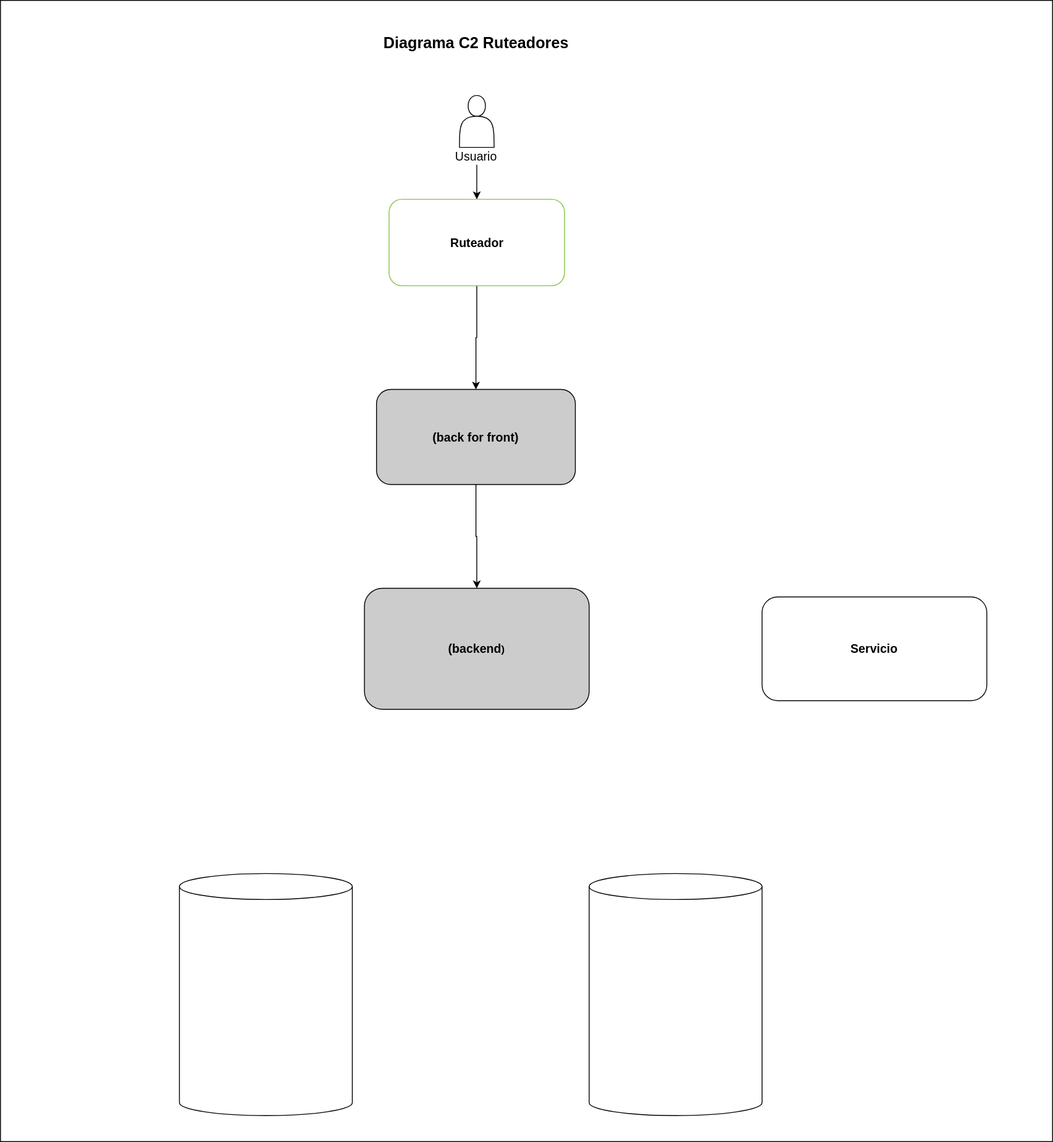
Before: Diagrama C2 Ruteador.svg, a diagram exported from draw.io (dani99m/Diagramas). Source tidied: cells renumbered, new cells last; positions are measured from the earlier drawing's top-left corner, leaving out a move shared by most shapes.
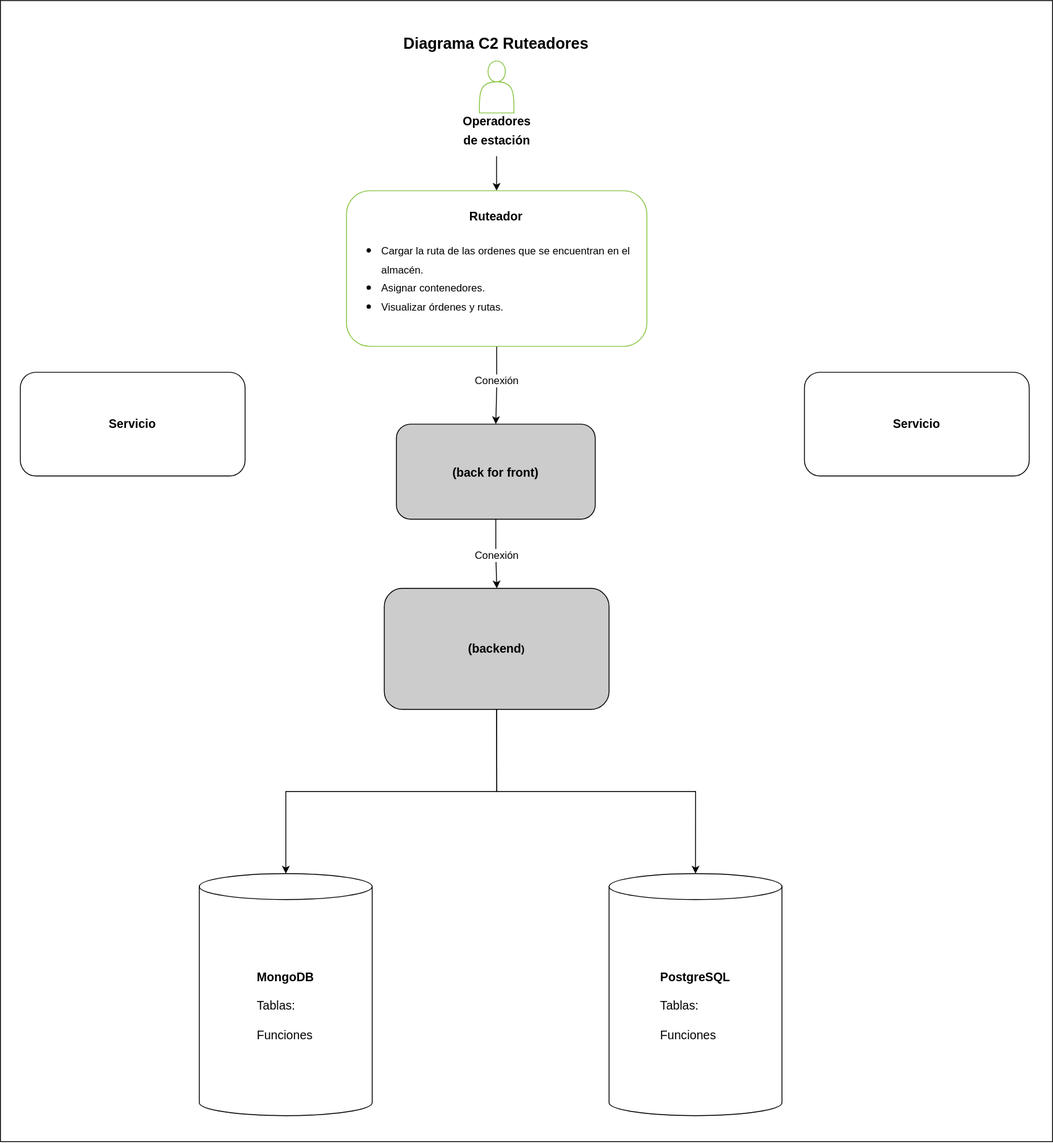
After the commit.

Diff of the diagram source:
```diff
@@ -3,46 +3,65 @@
     <mxCell id="0" />
     <mxCell id="1" parent="0" />
     <mxCell id="2" style="rounded=0;whiteSpace=wrap;html=1;fontSize=18;" parent="1" vertex="1">
-      <mxGeometry width="1217" height="1320" as="geometry" />
+      <mxGeometry x="-23" width="1217" height="1320" as="geometry" />
     </mxCell>
-    <mxCell id="3" style="shape=actor;whiteSpace=wrap;html=1;" parent="1" vertex="1">
-      <mxGeometry x="531" y="110" width="40" height="60" as="geometry" />
-    </mxCell>
-    <mxCell id="4" style="endArrow=classic;html=1;rounded=0;" parent="1" edge="1">
-      <mxGeometry relative="1" as="geometry">
-        <mxPoint x="551" y="190" as="sourcePoint" />
-        <mxPoint x="551" y="230" as="targetPoint" />
-      </mxGeometry>
-    </mxCell>
     <mxCell id="5" value="&lt;b&gt;&lt;font style=&quot;font-size: 18px;&quot;&gt;Diagrama C2 Ruteadores&lt;/font&gt;&lt;/b&gt;" style="text;html=1;align=center;verticalAlign=middle;strokeColor=none;fillColor=none;" parent="1" vertex="1">
       <mxGeometry x="430" y="30" width="240" height="40" as="geometry" />
     </mxCell>
-    <mxCell id="6" style="edgeStyle=orthogonalEdgeStyle;rounded=0;jettySize=auto;html=1;entryX=0.5;entryY=0;entryDx=0;entryDy=0;" parent="1" edge="1" source="7" target="11">
+    <mxCell id="6" style="edgeStyle=orthogonalEdgeStyle;rounded=0;jettySize=auto;html=1;fontSize=14;" parent="1" edge="1" source="7" target="11">
       <mxGeometry relative="1" as="geometry" />
     </mxCell>
+    <mxCell id="15" value="Conexión" style="edgeLabel;html=1;align=center;verticalAlign=middle;fontSize=12;" parent="6" vertex="1">
+      <mxGeometry x="-0.31" relative="1" as="geometry">
+        <mxPoint y="12" as="offset" />
+      </mxGeometry>
+    </mxCell>
     <mxCell id="7" value="&lt;font style=&quot;font-size: 14px;&quot;&gt;&lt;b&gt;(back for front)&lt;br&gt;&lt;/b&gt;&lt;/font&gt;" style="rounded=1;whiteSpace=wrap;html=1;fontSize=18;fillColor=#CCCCCC;" parent="1" vertex="1">
-      <mxGeometry x="435" y="450" width="230" height="110" as="geometry" />
+      <mxGeometry x="435" y="490" width="230" height="110" as="geometry" />
     </mxCell>
-    <mxCell id="8" style="edgeStyle=orthogonalEdgeStyle;rounded=0;jettySize=auto;html=1;fontSize=18;" parent="1" edge="1" source="9" target="7">
-      <mxGeometry relative="1" as="geometry" />
-    </mxCell>
-    <mxCell id="9" value="&lt;font style=&quot;&quot;&gt;&lt;span style=&quot;font-size: 14px;&quot;&gt;&lt;b&gt;Ruteador&lt;br&gt;&lt;/b&gt;&lt;/span&gt;&lt;/font&gt;" style="rounded=1;whiteSpace=wrap;html=1;fontSize=18;strokeColor=#85C440;" parent="1" vertex="1">
-      <mxGeometry x="449.5" y="230" width="203" height="100" as="geometry" />
-    </mxCell>
-    <mxCell id="10" value="&lt;font style=&quot;font-size: 14px;&quot;&gt;Usuario&lt;/font&gt;" style="text;html=1;align=center;verticalAlign=middle;strokeColor=none;fillColor=none;fontSize=18;" parent="1" vertex="1">
-      <mxGeometry x="515" y="160" width="70" height="40" as="geometry" />
-    </mxCell>
+    <mxCell id="16" style="edgeStyle=orthogonalEdgeStyle;rounded=0;jettySize=auto;html=1;fontSize=12;exitX=0.5;exitY=1;exitDx=0;exitDy=0;" parent="1" edge="1" source="11" target="13">
+      <mxGeometry relative="1" as="geometry" />
+    </mxCell>
+    <mxCell id="17" style="edgeStyle=orthogonalEdgeStyle;rounded=0;jettySize=auto;html=1;exitX=0.5;exitY=1;exitDx=0;exitDy=0;entryX=0.5;entryY=0;entryDx=0;entryDy=0;entryPerimeter=0;fontSize=12;" parent="1" edge="1" source="11" target="12">
+      <mxGeometry relative="1" as="geometry" />
+    </mxCell>
     <mxCell id="11" value="&lt;b&gt;&lt;font style=&quot;font-size: 14px;&quot;&gt;(backend&lt;/font&gt;)&lt;/b&gt;" style="rounded=1;whiteSpace=wrap;html=1;fillColor=#CCCCCC;" parent="1" vertex="1">
       <mxGeometry x="421" y="680" width="260" height="140" as="geometry" />
     </mxCell>
-    <mxCell id="12" style="shape=cylinder3;whiteSpace=wrap;html=1;boundedLbl=1;backgroundOutline=1;size=15;fontSize=14;fillColor=#FFFFFF;" parent="1" vertex="1">
+    <mxCell id="12" value="&lt;b&gt;PostgreSQL&lt;/b&gt;&lt;br&gt;&lt;br&gt;&lt;div style=&quot;text-align: left;&quot;&gt;&lt;span style=&quot;background-color: initial;&quot;&gt;Tablas:&lt;/span&gt;&lt;/div&gt;&lt;div style=&quot;text-align: left;&quot;&gt;&lt;br&gt;&lt;/div&gt;&lt;div style=&quot;text-align: left;&quot;&gt;&lt;span style=&quot;background-color: initial;&quot;&gt;Funciones&lt;/span&gt;&lt;/div&gt;" style="shape=cylinder3;whiteSpace=wrap;html=1;boundedLbl=1;backgroundOutline=1;size=15;fontSize=14;fillColor=#FFFFFF;" parent="1" vertex="1">
       <mxGeometry x="681" y="1010" width="200" height="280" as="geometry" />
     </mxCell>
-    <mxCell id="13" style="shape=cylinder3;whiteSpace=wrap;html=1;boundedLbl=1;backgroundOutline=1;size=15;fontSize=14;fillColor=#FFFFFF;" parent="1" vertex="1">
+    <mxCell id="13" value="&lt;b&gt;MongoDB&lt;/b&gt;&lt;br&gt;&lt;br&gt;&lt;div style=&quot;text-align: left;&quot;&gt;&lt;span style=&quot;background-color: initial;&quot;&gt;Tablas:&lt;/span&gt;&lt;/div&gt;&lt;div style=&quot;text-align: left;&quot;&gt;&lt;br&gt;&lt;/div&gt;&lt;div style=&quot;text-align: left;&quot;&gt;&lt;span style=&quot;background-color: initial;&quot;&gt;Funciones&lt;/span&gt;&lt;/div&gt;" style="shape=cylinder3;whiteSpace=wrap;html=1;boundedLbl=1;backgroundOutline=1;size=15;fontSize=14;fillColor=#FFFFFF;" parent="1" vertex="1">
       <mxGeometry x="207" y="1010" width="200" height="280" as="geometry" />
     </mxCell>
     <mxCell id="14" value="&lt;b&gt;Servicio&lt;/b&gt;" style="rounded=1;whiteSpace=wrap;html=1;fontSize=14;fillColor=#FFFFFF;" parent="1" vertex="1">
-      <mxGeometry x="881" y="690" width="260" height="120" as="geometry" />
+      <mxGeometry x="907" y="430" width="260" height="120" as="geometry" />
     </mxCell>
+    <mxCell id="18" style="shape=actor;whiteSpace=wrap;html=1;strokeColor=#85C440;" parent="1" vertex="1">
+      <mxGeometry x="531" y="70" width="40" height="60" as="geometry" />
+    </mxCell>
+    <mxCell id="19" style="endArrow=classic;html=1;rounded=0;" parent="1" edge="1">
+      <mxGeometry relative="1" as="geometry">
+        <mxPoint x="550.9" y="180" as="sourcePoint" />
+        <mxPoint x="550.9" y="220" as="targetPoint" />
+      </mxGeometry>
+    </mxCell>
+    <mxCell id="20" style="edgeStyle=orthogonalEdgeStyle;rounded=0;jettySize=auto;html=1;exitX=0.5;exitY=1;exitDx=0;exitDy=0;fontSize=14;" parent="1" edge="1" source="22" target="7">
+      <mxGeometry relative="1" as="geometry" />
+    </mxCell>
+    <mxCell id="21" value="Conexión" style="edgeLabel;html=1;align=center;verticalAlign=middle;fontSize=12;" parent="20" vertex="1">
+      <mxGeometry x="-0.3" y="-2" relative="1" as="geometry">
+        <mxPoint x="1" y="8" as="offset" />
+      </mxGeometry>
+    </mxCell>
+    <mxCell id="22" value="&lt;font style=&quot;&quot;&gt;&lt;span style=&quot;font-weight: bold; font-size: 14px;&quot;&gt;Ruteador&lt;br&gt;&lt;/span&gt;&lt;div style=&quot;text-align: left;&quot;&gt;&lt;ul&gt;&lt;li&gt;&lt;span style=&quot;font-size: 12px; background-color: initial;&quot;&gt;Cargar la ruta de las ordenes que se encuentran en el almacén.&lt;/span&gt;&lt;/li&gt;&lt;li&gt;&lt;font style=&quot;font-size: 12px;&quot;&gt;Asignar contenedores.&lt;/font&gt;&lt;/li&gt;&lt;li&gt;&lt;font style=&quot;font-size: 12px;&quot;&gt;Visualizar órdenes y rutas.&lt;/font&gt;&lt;/li&gt;&lt;/ul&gt;&lt;/div&gt;&lt;/font&gt;" style="rounded=1;whiteSpace=wrap;html=1;fontSize=18;strokeColor=#85C440;" parent="1" vertex="1">
+      <mxGeometry x="377.2" y="220" width="347.5" height="180" as="geometry" />
+    </mxCell>
+    <mxCell id="23" value="&lt;font style=&quot;font-size: 14px;&quot;&gt;&lt;b&gt;Operadores &lt;br&gt;de estación&lt;/b&gt;&lt;/font&gt;" style="text;html=1;align=center;verticalAlign=middle;strokeColor=none;fillColor=none;fontSize=18;" parent="1" vertex="1">
+      <mxGeometry x="501" y="120" width="100" height="60" as="geometry" />
+    </mxCell>
+    <mxCell id="24" value="&lt;b&gt;Servicio&lt;/b&gt;" style="rounded=1;whiteSpace=wrap;html=1;fontSize=14;fillColor=#FFFFFF;" parent="1" vertex="1">
+      <mxGeometry y="430" width="260" height="120" as="geometry" />
+    </mxCell>
   </root>
 </mxGraphModel>
```
